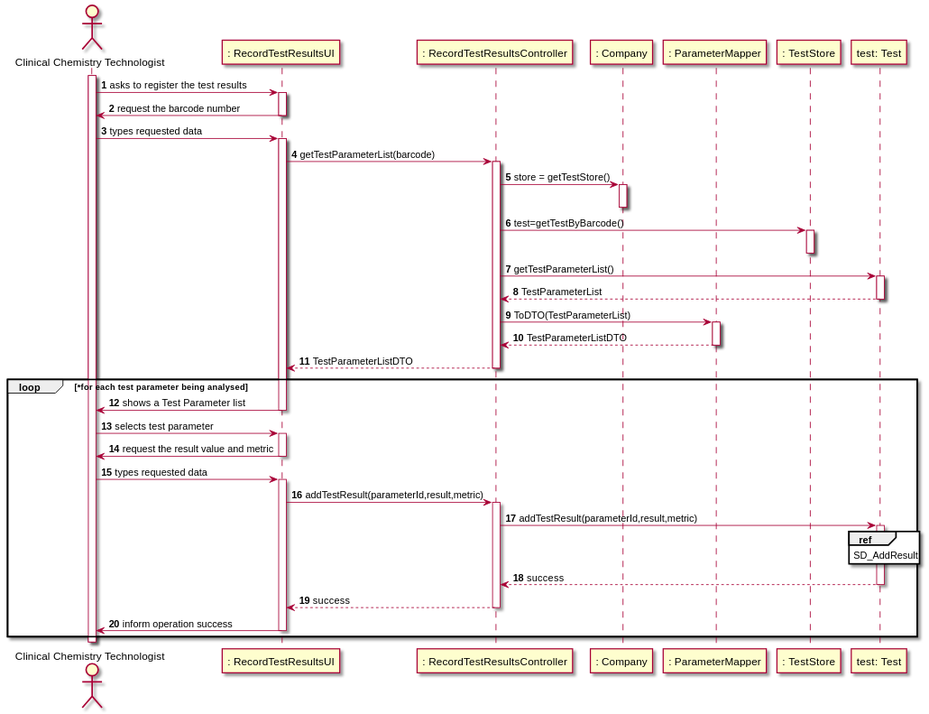
The PlantUML diagram docs/SprintD/SprintC/US12/US12_SD.svg in manu-07-ela/LAPR2_ISEP, before a commit.
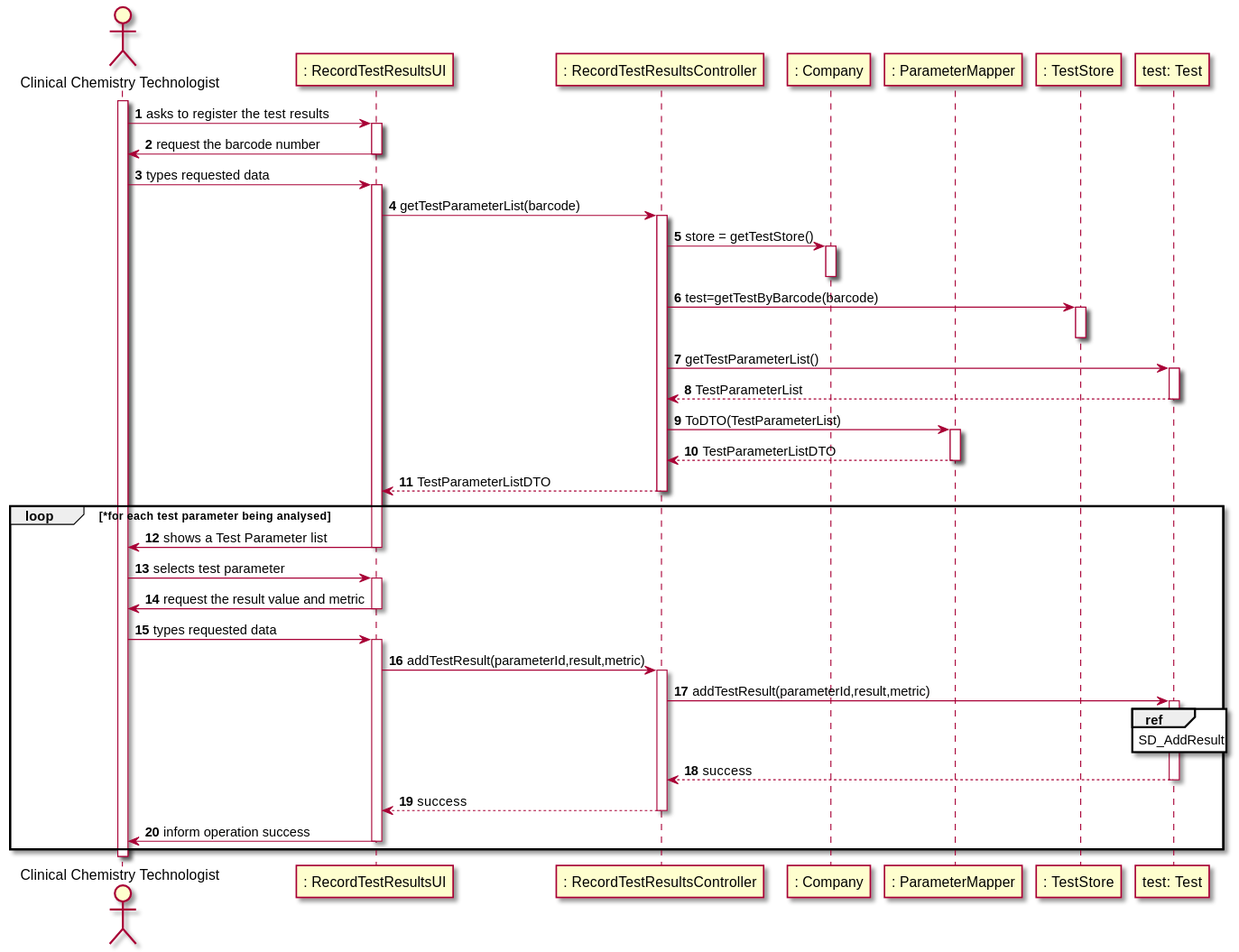
Later version of the same file.

Change to the diagram source:
```diff
@@ -21,7 +21,7 @@
 CTRL -> Comp : store = getTestStore()
 activate Comp
 deactivate Comp
-CTRL -> TStore : test=getTestByBarcode()
+CTRL -> TStore : test=getTestByBarcode(barcode)
 activate TStore
 deactivate TStore
 CTRL -> Test : getTestParameterList()
```
